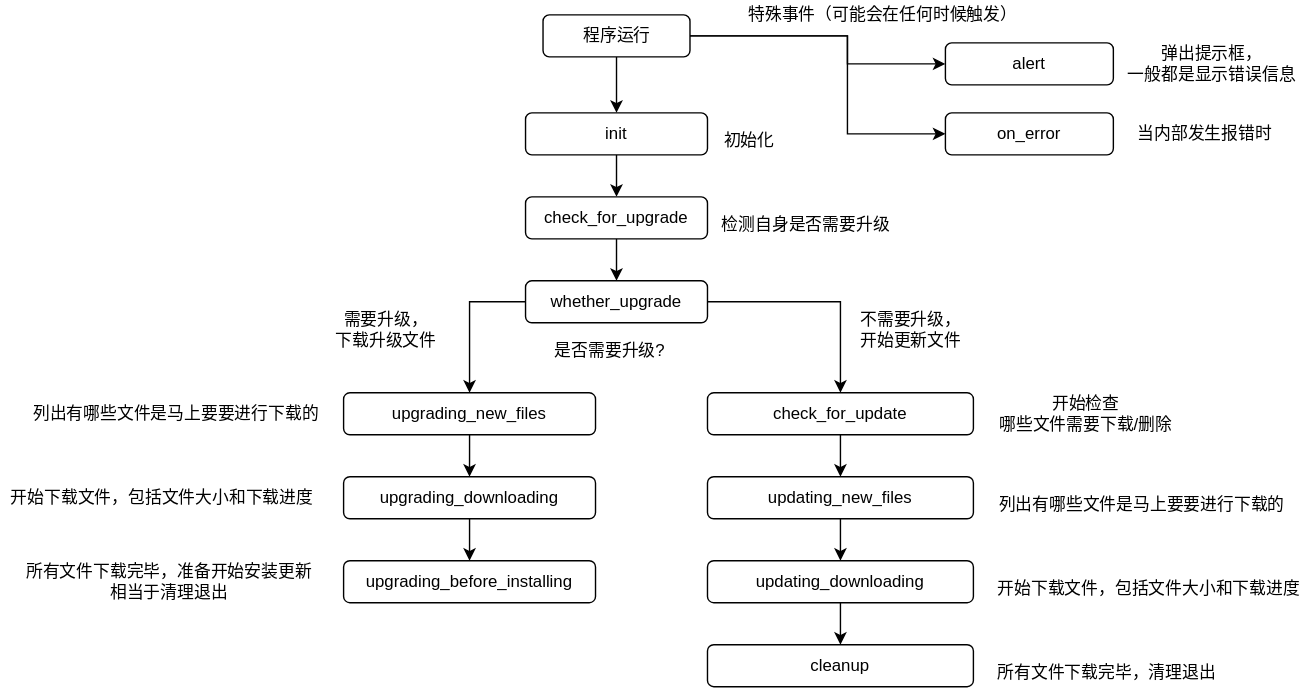
Earlier version of the draw.io export 自定义界面教程/事件流程图.svg (BalloonUpdate/Docs). Source tidied: cells renumbered, new cells last; positions are measured from the earlier drawing's top-left corner, leaving out a move shared by most shapes. The source it was exported from:
```xml
<mxGraphModel>
  <root>
    <mxCell id="0" />
    <mxCell id="1" parent="0" />
    <mxCell id="2" style="edgeStyle=orthogonalEdgeStyle;rounded=0;jettySize=auto;html=1;entryX=0.5;entryY=0;entryDx=0;entryDy=0;" parent="1" edge="1" source="3" target="10">
      <mxGeometry relative="1" as="geometry" />
    </mxCell>
    <mxCell id="3" value="init" style="rounded=1;whiteSpace=wrap;html=1;" parent="1" vertex="1">
      <mxGeometry x="375" y="80" width="130" height="30" as="geometry" />
    </mxCell>
    <mxCell id="4" style="edgeStyle=orthogonalEdgeStyle;rounded=0;jettySize=auto;html=1;" parent="1" edge="1" source="5">
      <mxGeometry relative="1" as="geometry">
        <mxPoint x="335" y="340" as="targetPoint" />
      </mxGeometry>
    </mxCell>
    <mxCell id="5" value="upgrading_new_files" style="rounded=1;whiteSpace=wrap;html=1;" parent="1" vertex="1">
      <mxGeometry x="245" y="280" width="180" height="30" as="geometry" />
    </mxCell>
    <mxCell id="6" style="edgeStyle=orthogonalEdgeStyle;rounded=0;jettySize=auto;html=1;entryX=0.5;entryY=0;entryDx=0;entryDy=0;" parent="1" edge="1" source="7" target="8">
      <mxGeometry relative="1" as="geometry" />
    </mxCell>
    <mxCell id="7" value="upgrading_downloading" style="rounded=1;whiteSpace=wrap;html=1;" parent="1" vertex="1">
      <mxGeometry x="245" y="340" width="180" height="30" as="geometry" />
    </mxCell>
    <mxCell id="8" value="upgrading_before_installing" style="rounded=1;whiteSpace=wrap;html=1;" parent="1" vertex="1">
      <mxGeometry x="245" y="400" width="180" height="30" as="geometry" />
    </mxCell>
    <mxCell id="9" style="edgeStyle=orthogonalEdgeStyle;rounded=0;jettySize=auto;html=1;" parent="1" edge="1" source="10" target="13">
      <mxGeometry relative="1" as="geometry" />
    </mxCell>
    <mxCell id="10" value="check_for_upgrade" style="rounded=1;whiteSpace=wrap;html=1;" parent="1" vertex="1">
      <mxGeometry x="375" y="140" width="130" height="30" as="geometry" />
    </mxCell>
    <mxCell id="11" style="edgeStyle=orthogonalEdgeStyle;rounded=0;jettySize=auto;html=1;entryX=0.5;entryY=0;entryDx=0;entryDy=0;" parent="1" edge="1" source="13" target="5">
      <mxGeometry relative="1" as="geometry">
        <Array as="points">
          <mxPoint x="335" y="215" />
        </Array>
      </mxGeometry>
    </mxCell>
    <mxCell id="12" style="edgeStyle=orthogonalEdgeStyle;rounded=0;jettySize=auto;html=1;entryX=0.5;entryY=0;entryDx=0;entryDy=0;" parent="1" edge="1" source="13" target="15">
      <mxGeometry relative="1" as="geometry">
        <Array as="points">
          <mxPoint x="600" y="215" />
        </Array>
      </mxGeometry>
    </mxCell>
    <mxCell id="13" value="whether_upgrade" style="rounded=1;whiteSpace=wrap;html=1;" parent="1" vertex="1">
      <mxGeometry x="375" y="200" width="130" height="30" as="geometry" />
    </mxCell>
    <mxCell id="14" style="edgeStyle=orthogonalEdgeStyle;rounded=0;jettySize=auto;html=1;entryX=0.5;entryY=0;entryDx=0;entryDy=0;" parent="1" edge="1" source="15">
      <mxGeometry relative="1" as="geometry">
        <mxPoint x="600" y="340" as="targetPoint" />
      </mxGeometry>
    </mxCell>
    <mxCell id="15" value="check_for_update" style="rounded=1;whiteSpace=wrap;html=1;" parent="1" vertex="1">
      <mxGeometry x="505" y="280" width="190" height="30" as="geometry" />
    </mxCell>
    <mxCell id="16" style="edgeStyle=orthogonalEdgeStyle;rounded=0;jettySize=auto;html=1;entryX=0.5;entryY=0;entryDx=0;entryDy=0;" parent="1" edge="1" source="17" target="19">
      <mxGeometry relative="1" as="geometry" />
    </mxCell>
    <mxCell id="17" value="updating_new_files" style="rounded=1;whiteSpace=wrap;html=1;" parent="1" vertex="1">
      <mxGeometry x="505" y="340" width="190" height="30" as="geometry" />
    </mxCell>
    <mxCell id="18" style="edgeStyle=orthogonalEdgeStyle;rounded=0;jettySize=auto;html=1;entryX=0.5;entryY=0;entryDx=0;entryDy=0;" parent="1" edge="1" source="19" target="20">
      <mxGeometry relative="1" as="geometry" />
    </mxCell>
    <mxCell id="19" value="updating_downloading" style="rounded=1;whiteSpace=wrap;html=1;" parent="1" vertex="1">
      <mxGeometry x="505" y="400" width="190" height="30" as="geometry" />
    </mxCell>
    <mxCell id="20" value="cleanup" style="rounded=1;whiteSpace=wrap;html=1;" parent="1" vertex="1">
      <mxGeometry x="505" y="460" width="190" height="30" as="geometry" />
    </mxCell>
    <mxCell id="21" value="alert" style="rounded=1;whiteSpace=wrap;html=1;" parent="1" vertex="1">
      <mxGeometry x="675" y="30" width="120" height="30" as="geometry" />
    </mxCell>
    <mxCell id="22" value="on_error" style="rounded=1;whiteSpace=wrap;html=1;" parent="1" vertex="1">
      <mxGeometry x="675" y="80" width="120" height="30" as="geometry" />
    </mxCell>
    <mxCell id="23" style="edgeStyle=orthogonalEdgeStyle;rounded=0;jettySize=auto;html=1;entryX=0.5;entryY=0;entryDx=0;entryDy=0;" parent="1" edge="1" source="26" target="3">
      <mxGeometry relative="1" as="geometry" />
    </mxCell>
    <mxCell id="24" style="edgeStyle=orthogonalEdgeStyle;rounded=0;jettySize=auto;html=1;entryX=0;entryY=0.5;entryDx=0;entryDy=0;" parent="1" edge="1" source="26" target="21">
      <mxGeometry relative="1" as="geometry">
        <Array as="points">
          <mxPoint x="605" y="25" />
          <mxPoint x="605" y="45" />
        </Array>
      </mxGeometry>
    </mxCell>
    <mxCell id="25" style="edgeStyle=orthogonalEdgeStyle;rounded=0;jettySize=auto;html=1;entryX=0;entryY=0.5;entryDx=0;entryDy=0;" parent="1" edge="1" source="26" target="22">
      <mxGeometry relative="1" as="geometry">
        <Array as="points">
          <mxPoint x="605" y="25" />
          <mxPoint x="605" y="95" />
        </Array>
      </mxGeometry>
    </mxCell>
    <mxCell id="26" value="程序运行" style="rounded=1;whiteSpace=wrap;html=1;" parent="1" vertex="1">
      <mxGeometry x="387.5" y="10" width="105" height="30" as="geometry" />
    </mxCell>
    <mxCell id="27" value="初始化" style="text;html=1;strokeColor=none;fillColor=none;align=center;verticalAlign=middle;whiteSpace=wrap;rounded=0;" parent="1" vertex="1">
      <mxGeometry x="515" y="90" width="40" height="20" as="geometry" />
    </mxCell>
    <mxCell id="28" value="检测自身是否需要升级" style="text;html=1;align=center;verticalAlign=middle;strokeColor=none;" parent="1" vertex="1">
      <mxGeometry x="505" y="150" width="140" height="20" as="geometry" />
    </mxCell>
    <mxCell id="29" value="是否需要升级?" style="text;html=1;align=center;verticalAlign=middle;strokeColor=none;" parent="1" vertex="1">
      <mxGeometry x="390" y="240" width="90" height="20" as="geometry" />
    </mxCell>
    <mxCell id="30" value="不需要升级，&lt;br&gt;开始更新文件" style="text;html=1;align=center;verticalAlign=middle;strokeColor=none;" parent="1" vertex="1">
      <mxGeometry x="605" y="220" width="90" height="30" as="geometry" />
    </mxCell>
    <mxCell id="31" value="需要升级，&lt;br&gt;下载升级文件" style="text;html=1;align=center;verticalAlign=middle;strokeColor=none;" parent="1" vertex="1">
      <mxGeometry x="230" y="220" width="90" height="30" as="geometry" />
    </mxCell>
    <mxCell id="32" value="弹出提示框，&lt;br&gt;一般都是显示错误信息" style="text;html=1;align=center;verticalAlign=middle;strokeColor=none;" parent="1" vertex="1">
      <mxGeometry x="795" y="30" width="140" height="30" as="geometry" />
    </mxCell>
    <mxCell id="33" value="当内部发生报错时" style="text;html=1;align=center;verticalAlign=middle;strokeColor=none;" parent="1" vertex="1">
      <mxGeometry x="805" y="85" width="110" height="20" as="geometry" />
    </mxCell>
    <mxCell id="34" value="开始检查&lt;br&gt;哪些文件需要下载/删除" style="text;html=1;align=center;verticalAlign=middle;strokeColor=none;" parent="1" vertex="1">
      <mxGeometry x="705" y="280" width="140" height="30" as="geometry" />
    </mxCell>
    <mxCell id="35" value="列出有哪些文件是马上要要进行下载的" style="text;html=1;align=center;verticalAlign=middle;strokeColor=none;" parent="1" vertex="1">
      <mxGeometry x="705" y="350" width="220" height="20" as="geometry" />
    </mxCell>
    <mxCell id="36" value="开始下载文件，包括文件大小和下载进度" style="text;html=1;align=center;verticalAlign=middle;strokeColor=none;" parent="1" vertex="1">
      <mxGeometry x="705" y="410" width="230" height="20" as="geometry" />
    </mxCell>
    <mxCell id="37" value="所有文件下载完毕，清理退出" style="text;html=1;align=center;verticalAlign=middle;strokeColor=none;" parent="1" vertex="1">
      <mxGeometry x="705" y="470" width="170" height="20" as="geometry" />
    </mxCell>
    <mxCell id="38" value="特殊事件（可能会在任何时候触发）" style="text;html=1;align=center;verticalAlign=middle;strokeColor=none;" parent="1" vertex="1">
      <mxGeometry x="525" width="210" height="20" as="geometry" />
    </mxCell>
    <mxCell id="39" value="列出有哪些文件是马上要要进行下载的" style="text;html=1;align=center;verticalAlign=middle;strokeColor=none;" parent="1" vertex="1">
      <mxGeometry x="15" y="285" width="220" height="20" as="geometry" />
    </mxCell>
    <mxCell id="40" value="开始下载文件，包括文件大小和下载进度" style="text;html=1;align=center;verticalAlign=middle;strokeColor=none;" parent="1" vertex="1">
      <mxGeometry y="345" width="230" height="20" as="geometry" />
    </mxCell>
    <mxCell id="41" value="所有文件下载完毕，准备开始安装更新&lt;br&gt;相当于清理退出" style="text;html=1;align=center;verticalAlign=middle;strokeColor=none;" parent="1" vertex="1">
      <mxGeometry x="10" y="400" width="220" height="30" as="geometry" />
    </mxCell>
  </root>
</mxGraphModel>
```
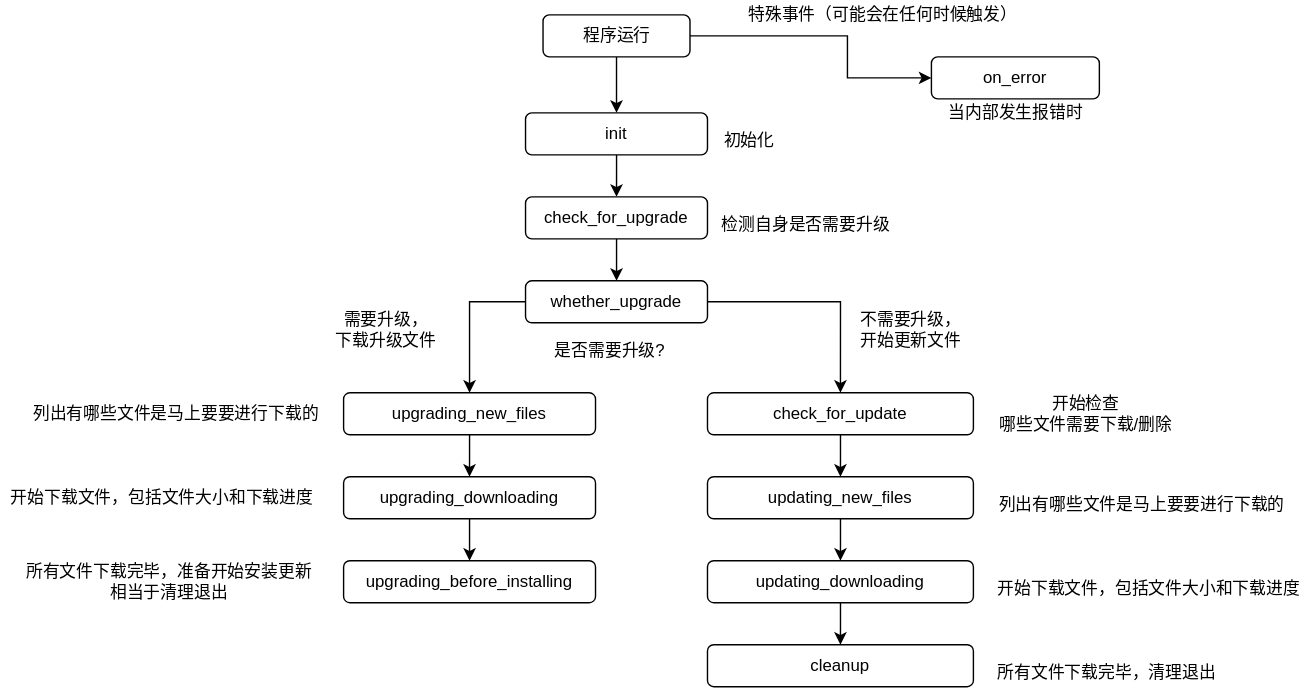
Later version of the same file.

The edit, as a diff of the source:
```diff
@@ -71,28 +71,17 @@
     <mxCell id="20" value="cleanup" style="rounded=1;whiteSpace=wrap;html=1;" parent="1" vertex="1">
       <mxGeometry x="505" y="460" width="190" height="30" as="geometry" />
     </mxCell>
-    <mxCell id="21" value="alert" style="rounded=1;whiteSpace=wrap;html=1;" parent="1" vertex="1">
-      <mxGeometry x="675" y="30" width="120" height="30" as="geometry" />
-    </mxCell>
     <mxCell id="22" value="on_error" style="rounded=1;whiteSpace=wrap;html=1;" parent="1" vertex="1">
-      <mxGeometry x="675" y="80" width="120" height="30" as="geometry" />
+      <mxGeometry x="665" y="40" width="120" height="30" as="geometry" />
     </mxCell>
     <mxCell id="23" style="edgeStyle=orthogonalEdgeStyle;rounded=0;jettySize=auto;html=1;entryX=0.5;entryY=0;entryDx=0;entryDy=0;" parent="1" edge="1" source="26" target="3">
       <mxGeometry relative="1" as="geometry" />
     </mxCell>
-    <mxCell id="24" style="edgeStyle=orthogonalEdgeStyle;rounded=0;jettySize=auto;html=1;entryX=0;entryY=0.5;entryDx=0;entryDy=0;" parent="1" edge="1" source="26" target="21">
-      <mxGeometry relative="1" as="geometry">
-        <Array as="points">
-          <mxPoint x="605" y="25" />
-          <mxPoint x="605" y="45" />
-        </Array>
-      </mxGeometry>
-    </mxCell>
     <mxCell id="25" style="edgeStyle=orthogonalEdgeStyle;rounded=0;jettySize=auto;html=1;entryX=0;entryY=0.5;entryDx=0;entryDy=0;" parent="1" edge="1" source="26" target="22">
       <mxGeometry relative="1" as="geometry">
         <Array as="points">
           <mxPoint x="605" y="25" />
-          <mxPoint x="605" y="95" />
+          <mxPoint x="605" y="55" />
         </Array>
       </mxGeometry>
     </mxCell>
@@ -114,11 +103,8 @@
     <mxCell id="31" value="需要升级，&lt;br&gt;下载升级文件" style="text;html=1;align=center;verticalAlign=middle;strokeColor=none;" parent="1" vertex="1">
       <mxGeometry x="230" y="220" width="90" height="30" as="geometry" />
     </mxCell>
-    <mxCell id="32" value="弹出提示框，&lt;br&gt;一般都是显示错误信息" style="text;html=1;align=center;verticalAlign=middle;strokeColor=none;" parent="1" vertex="1">
-      <mxGeometry x="795" y="30" width="140" height="30" as="geometry" />
-    </mxCell>
     <mxCell id="33" value="当内部发生报错时" style="text;html=1;align=center;verticalAlign=middle;strokeColor=none;" parent="1" vertex="1">
-      <mxGeometry x="805" y="85" width="110" height="20" as="geometry" />
+      <mxGeometry x="670" y="70" width="110" height="20" as="geometry" />
     </mxCell>
     <mxCell id="34" value="开始检查&lt;br&gt;哪些文件需要下载/删除" style="text;html=1;align=center;verticalAlign=middle;strokeColor=none;" parent="1" vertex="1">
       <mxGeometry x="705" y="280" width="140" height="30" as="geometry" />
```
